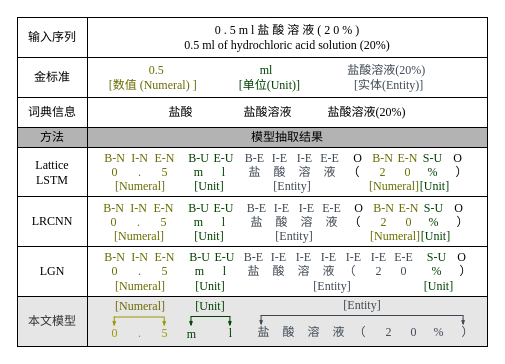
JJackMoO/Jackert_draw keeps this draw.io diagram as page "标注模式对比效果图" (6 of 9) of master_paper.drawio. Above is the earlier version. Source tidied: cells renumbered, new cells numbered last; positions are measured from the earlier drawing's top-left corner, leaving out a move shared by most shapes. Both pictures are drawn from the tidied source at 100%, with x=0, y=0 at pixel (17, 17).
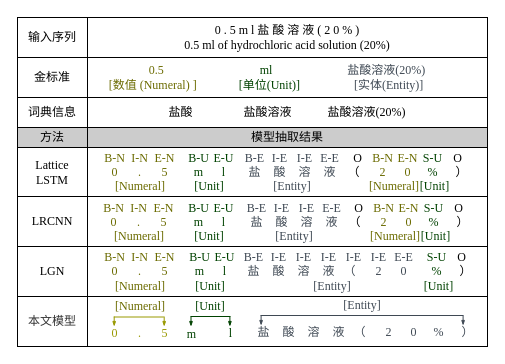
Above is the later version.

Diff of the diagram source:
```diff
@@
-    <mxCell id="112" value="&lt;font face=&quot;Times New Roman&quot;&gt;本文模型&lt;/font&gt;" style="rounded=0;whiteSpace=wrap;html=1;fillColor=#E6E6E6;fontColor=#333333;strokeColor=#000000;" parent="1" vertex="1">
+    <mxCell id="112" value="&lt;font face=&quot;Times New Roman&quot;&gt;本文模型&lt;/font&gt;" style="rounded=0;whiteSpace=wrap;html=1;fillColor=#FFFFFF;fontColor=#333333;strokeColor=#000000;" parent="1" vertex="1">
       <mxGeometry y="279" width="70" height="50" as="geometry" />
     </mxCell>
-    <mxCell id="113" value="&lt;font face=&quot;Times New Roman&quot;&gt;&lt;br&gt;&lt;/font&gt;" style="rounded=0;whiteSpace=wrap;html=1;fillColor=#E6E6E6;fontColor=#333333;strokeColor=#000000;" parent="1" vertex="1">
+    <mxCell id="113" value="&lt;font face=&quot;Times New Roman&quot;&gt;&lt;br&gt;&lt;/font&gt;" style="rounded=0;whiteSpace=wrap;html=1;fillColor=#FFFFFF;fontColor=#333333;strokeColor=#000000;" parent="1" vertex="1">
       <mxGeometry x="70" y="279" width="400" height="50" as="geometry" />
     </mxCell>
@@
-    <mxCell id="143" value="&lt;font face=&quot;Times New Roman&quot;&gt;模型抽取结果&lt;/font&gt;" style="rounded=0;whiteSpace=wrap;html=1;fillColor=#B3B3B3;strokeColor=#000000;" parent="1" vertex="1">
+    <mxCell id="143" value="&lt;font face=&quot;Times New Roman&quot;&gt;模型抽取结果&lt;/font&gt;" style="rounded=0;whiteSpace=wrap;html=1;fillColor=#CCCCCC;strokeColor=#000000;" parent="1" vertex="1">
       <mxGeometry x="70" y="110" width="400" height="20" as="geometry" />
     </mxCell>
-    <mxCell id="144" value="&lt;font face=&quot;Times New Roman&quot;&gt;方法&lt;/font&gt;" style="rounded=0;whiteSpace=wrap;html=1;fillColor=#B3B3B3;strokeColor=#000000;" parent="1" vertex="1">
+    <mxCell id="144" value="&lt;font face=&quot;Times New Roman&quot;&gt;方法&lt;/font&gt;" style="rounded=0;whiteSpace=wrap;html=1;fillColor=#CCCCCC;strokeColor=#000000;" parent="1" vertex="1">
       <mxGeometry y="110" width="70" height="20" as="geometry" />
     </mxCell>
```
